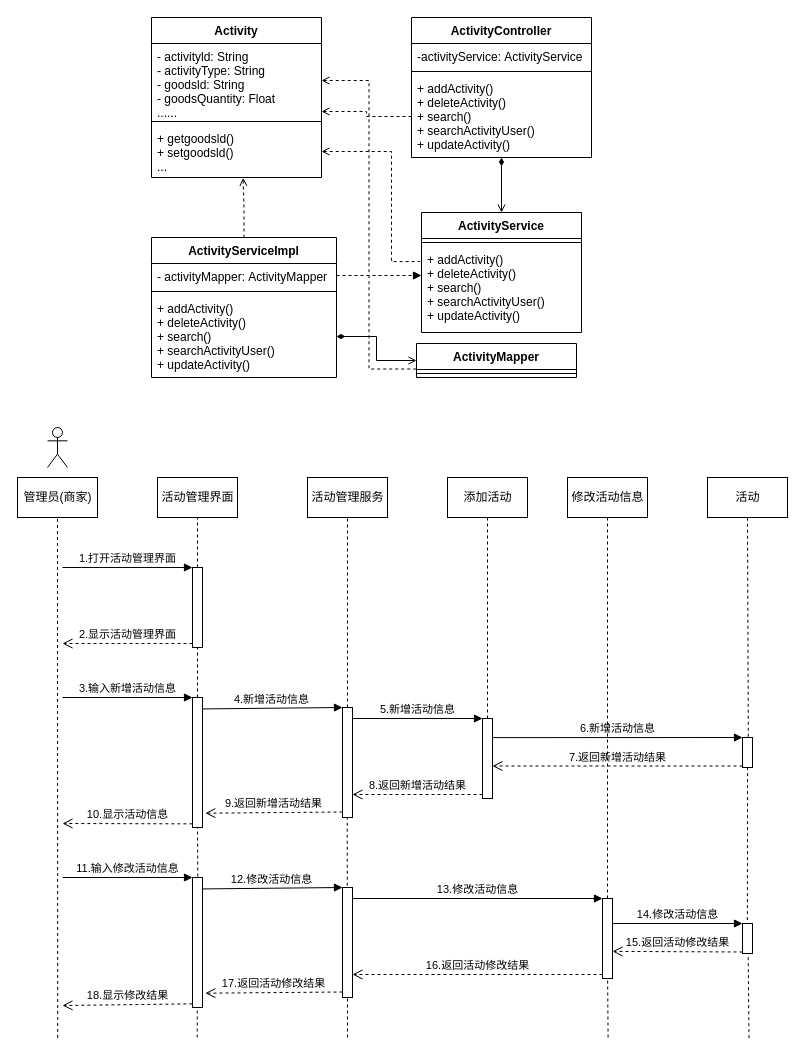
hongkingking/hkk keeps this draw.io diagram as page "活动管理" (16 of 25) of Untitled Diagram.drawio. Above is the earlier version. Source tidied: cells renumbered, new cells numbered last; positions are measured from the earlier drawing's top-left corner, leaving out a move shared by most shapes. Both pictures are drawn from the tidied source at 100%, with x=0, y=0 at pixel (17, 17).
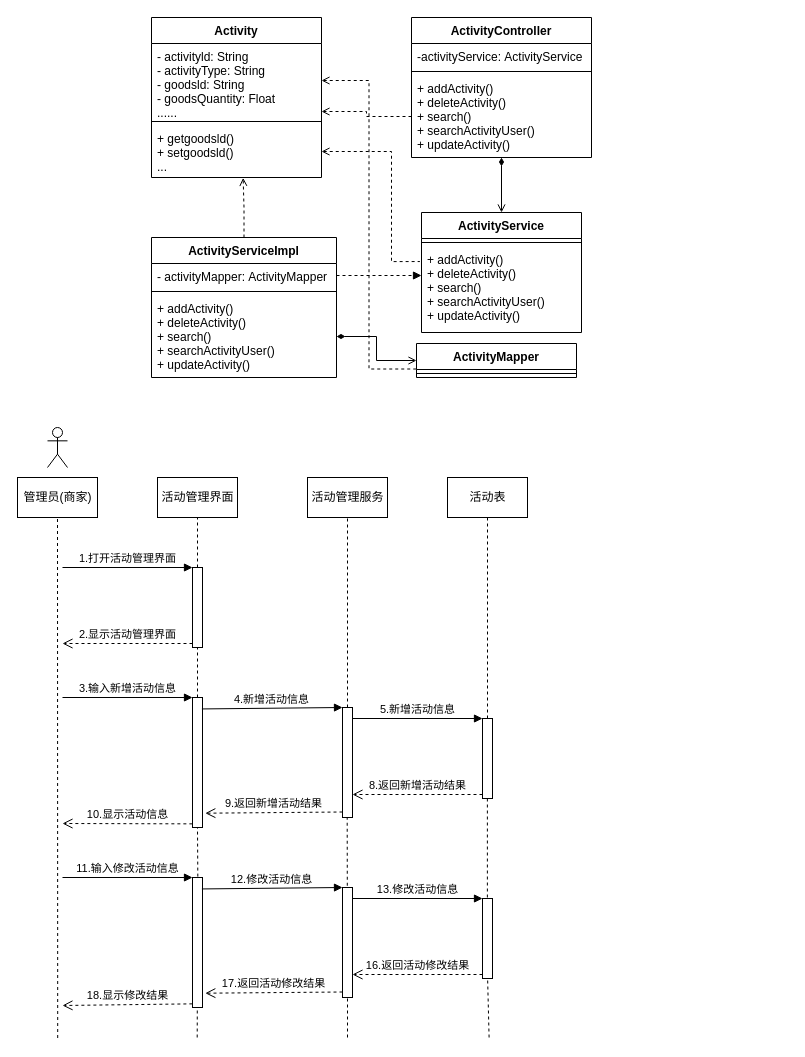
After the change.

Unchanged cells that the change refers to:
```xml
<mxCell id="42" style="html=1;points=[];perimeter=orthogonalPerimeter;strokeWidth=1;" parent="1" vertex="1">
  <mxGeometry x="465" y="701" width="10" height="80" as="geometry" />
</mxCell>
```

Diff of the diagram source:
```diff
@@
-    <mxCell id="30" value="添加活动" style="html=1;strokeWidth=1;" parent="1" vertex="1">
+    <mxCell id="30" value="活动表" style="html=1;strokeWidth=1;" parent="1" vertex="1">
       <mxGeometry x="430" y="460" width="80" height="40" as="geometry" />
     </mxCell>
-    <mxCell id="31" value="修改活动信息" style="html=1;strokeWidth=1;" parent="1" vertex="1">
-      <mxGeometry x="550" y="460" width="80" height="40" as="geometry" />
-    </mxCell>
-    <mxCell id="32" value="活动" style="html=1;strokeWidth=1;" parent="1" vertex="1">
-      <mxGeometry x="690" y="460" width="80" height="40" as="geometry" />
-    </mxCell>
@@
-    <mxCell id="45" style="html=1;points=[];perimeter=orthogonalPerimeter;strokeWidth=1;" parent="1" vertex="1">
-      <mxGeometry x="725" y="906" width="10" height="30" as="geometry" />
-    </mxCell>
-    <mxCell id="46" value="14.修改活动信息" style="html=1;verticalAlign=bottom;endArrow=block;entryX=0;entryY=0;rounded=0;" parent="1" edge="1" target="45">
-      <mxGeometry relative="1" as="geometry">
-        <mxPoint x="595" y="906" as="sourcePoint" />
-      </mxGeometry>
-    </mxCell>
-    <mxCell id="47" value="15.返回活动修改结果" style="html=1;verticalAlign=bottom;endArrow=open;dashed=1;endSize=8;exitX=0;exitY=0.95;rounded=0;entryX=0.996;entryY=0.449;entryDx=0;entryDy=0;entryPerimeter=0;" parent="1" edge="1" source="45">
-      <mxGeometry relative="1" as="geometry">
-        <mxPoint x="595" y="933.9" as="targetPoint" />
-      </mxGeometry>
-    </mxCell>
@@
     <mxCell id="54" style="html=1;points=[];perimeter=orthogonalPerimeter;strokeWidth=1;" parent="1" vertex="1">
-      <mxGeometry x="585" y="881" width="10" height="80" as="geometry" />
+      <mxGeometry x="465" y="881" width="10" height="80" as="geometry" />
     </mxCell>
@@
-    <mxCell id="57" style="html=1;points=[];perimeter=orthogonalPerimeter;strokeWidth=1;" parent="1" vertex="1">
-      <mxGeometry x="725" y="720" width="10" height="30" as="geometry" />
-    </mxCell>
-    <mxCell id="58" value="6.新增活动信息" style="html=1;verticalAlign=bottom;endArrow=block;entryX=0;entryY=0;rounded=0;exitX=0.974;exitY=0.239;exitDx=0;exitDy=0;exitPerimeter=0;" parent="1" edge="1" source="42" target="57">
-      <mxGeometry relative="1" as="geometry" />
-    </mxCell>
-    <mxCell id="59" value="7.返回新增活动结果" style="html=1;verticalAlign=bottom;endArrow=open;dashed=1;endSize=8;exitX=0;exitY=0.95;rounded=0;" parent="1" edge="1" source="57" target="42">
-      <mxGeometry relative="1" as="geometry" />
-    </mxCell>
@@
-    <mxCell id="63" style="endArrow=none;dashed=1;html=1;rounded=0;entryX=0.5;entryY=1;entryDx=0;entryDy=0;" parent="1" edge="1" source="54" target="31">
-      <mxGeometry relative="1" as="geometry" />
-    </mxCell>
-    <mxCell id="64" style="endArrow=none;dashed=1;html=1;rounded=0;entryX=0.5;entryY=1;entryDx=0;entryDy=0;exitX=0.582;exitY=-0.024;exitDx=0;exitDy=0;exitPerimeter=0;" parent="1" edge="1" source="57" target="32">
-      <mxGeometry relative="1" as="geometry" />
-    </mxCell>
@@
     <mxCell id="70" style="endArrow=none;dashed=1;html=1;rounded=0;entryX=0.513;entryY=1.008;entryDx=0;entryDy=0;entryPerimeter=0;exitX=0.768;exitY=0.503;exitDx=0;exitDy=0;exitPerimeter=0;" parent="1" edge="1" target="54">
       <mxGeometry relative="1" as="geometry">
-        <mxPoint x="590.6" y="1020" as="sourcePoint" />
+        <mxPoint x="471.6" y="1020" as="sourcePoint" />
       </mxGeometry>
     </mxCell>
-    <mxCell id="71" style="endArrow=none;dashed=1;html=1;rounded=0;entryX=0.568;entryY=0.989;entryDx=0;entryDy=0;entryPerimeter=0;exitX=0.961;exitY=0.591;exitDx=0;exitDy=0;exitPerimeter=0;" parent="1" edge="1" target="45">
-      <mxGeometry relative="1" as="geometry">
-        <mxPoint x="731.5" y="1020.7" as="sourcePoint" />
-      </mxGeometry>
-    </mxCell>
-    <mxCell id="72" style="endArrow=none;dashed=1;html=1;rounded=0;entryX=0.486;entryY=-0.017;entryDx=0;entryDy=0;exitX=0.506;exitY=0.988;exitDx=0;exitDy=0;exitPerimeter=0;entryPerimeter=0;" parent="1" edge="1" source="57" target="45">
-      <mxGeometry relative="1" as="geometry" />
-    </mxCell>
@@
+    <mxCell id="76" style="endArrow=none;dashed=1;html=1;rounded=0;entryX=0.489;entryY=0.015;entryDx=0;entryDy=0;entryPerimeter=0;" parent="1" edge="1" source="42" target="54">
+      <mxGeometry relative="1" as="geometry" />
+    </mxCell>
```
